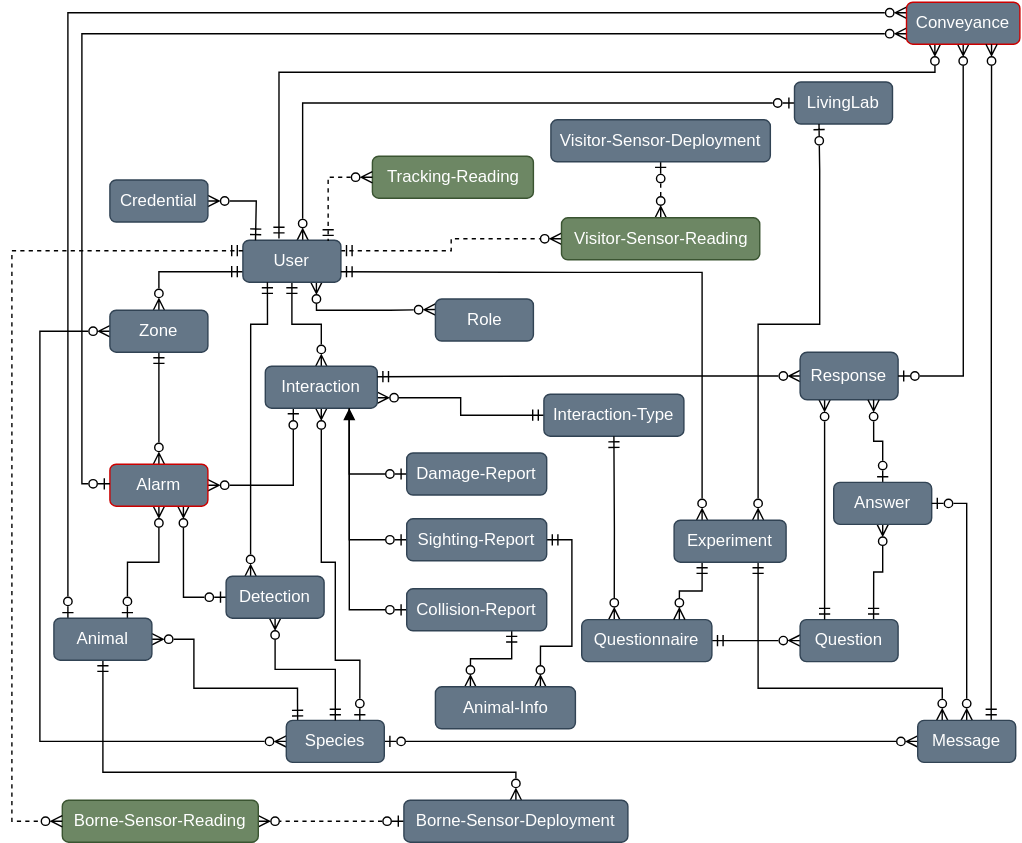
UtrechtUniversity/wildlifenl keeps this draw.io diagram as docs/entity-relation-diagram.svg. Above is the earlier version. Source tidied: cells renumbered, new cells last; positions are measured from the earlier drawing's top-left corner, leaving out a move shared by most shapes.
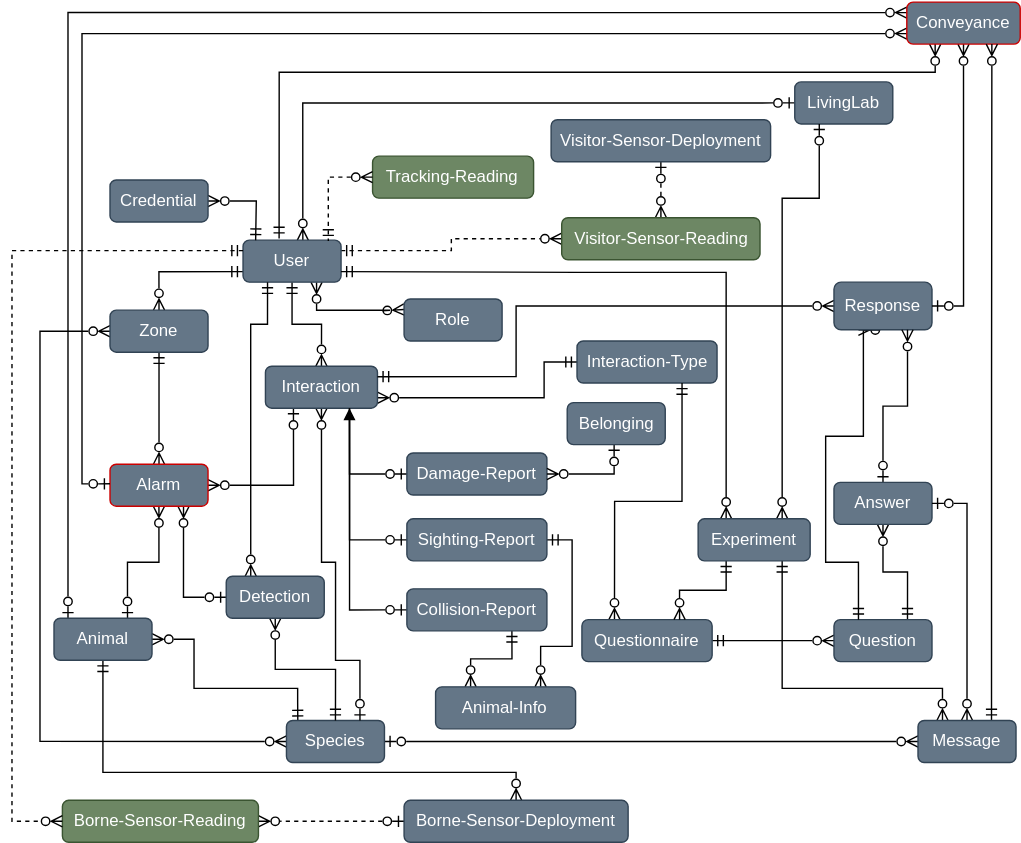
The same file after the commit.

What changed in the source:
```diff
@@ -26,7 +26,7 @@
       <mxGeometry x="165" y="170" width="70" height="30" as="geometry" />
     </mxCell>
     <mxCell id="8" value="Role" style="rounded=1;whiteSpace=wrap;html=1;fillColor=#647687;fontColor=#ffffff;strokeColor=#314354;" parent="1" vertex="1">
-      <mxGeometry x="302.5" y="212" width="70" height="30" as="geometry" />
+      <mxGeometry x="280" y="212" width="70" height="30" as="geometry" />
     </mxCell>
     <mxCell id="9" style="edgeStyle=orthogonalEdgeStyle;rounded=0;jettySize=auto;html=1;entryX=0.5;entryY=0;entryDx=0;entryDy=0;endArrow=ERzeroToMany;endFill=0;startArrow=ERmandOne;startFill=0;" parent="1" edge="1" source="11" target="16">
       <mxGeometry relative="1" as="geometry" />
@@ -109,7 +109,12 @@
       </mxGeometry>
     </mxCell>
     <mxCell id="26" style="edgeStyle=orthogonalEdgeStyle;rounded=0;jettySize=auto;html=1;entryX=0;entryY=0.5;entryDx=0;entryDy=0;endArrow=ERmandOne;endFill=0;startArrow=ERzeroToMany;startFill=0;exitX=1;exitY=0.75;exitDx=0;exitDy=0;" parent="1" edge="1" source="28" target="29">
-      <mxGeometry relative="1" as="geometry" />
+      <mxGeometry relative="1" as="geometry">
+        <Array as="points">
+          <mxPoint x="380" y="283" />
+          <mxPoint x="380" y="257" />
+        </Array>
+      </mxGeometry>
     </mxCell>
     <mxCell id="27" style="edgeStyle=orthogonalEdgeStyle;rounded=0;jettySize=auto;html=1;exitX=0.75;exitY=1;exitDx=0;exitDy=0;entryX=0;entryY=0.5;entryDx=0;entryDy=0;endArrow=ERzeroToOne;endFill=0;startArrow=block;startFill=1;" parent="1" edge="1" source="28" target="70">
       <mxGeometry relative="1" as="geometry" />
@@ -118,9 +123,9 @@
       <mxGeometry x="181" y="260" width="80" height="30" as="geometry" />
     </mxCell>
     <mxCell id="29" value="Interaction-Type" style="rounded=1;whiteSpace=wrap;html=1;fillColor=#647687;fontColor=#ffffff;strokeColor=#314354;" parent="1" vertex="1">
-      <mxGeometry x="380" y="280" width="100" height="30" as="geometry" />
+      <mxGeometry x="403.5" y="242" width="100" height="30" as="geometry" />
     </mxCell>
-    <mxCell id="30" style="edgeStyle=orthogonalEdgeStyle;rounded=0;jettySize=auto;html=1;entryX=0.5;entryY=1;entryDx=0;entryDy=0;endArrow=ERmandOne;endFill=0;startArrow=ERzeroToMany;startFill=0;exitX=0.25;exitY=0;exitDx=0;exitDy=0;" parent="1" edge="1" source="32" target="29">
+    <mxCell id="30" style="edgeStyle=orthogonalEdgeStyle;rounded=0;jettySize=auto;html=1;entryX=0.75;entryY=1;entryDx=0;entryDy=0;endArrow=ERmandOne;endFill=0;startArrow=ERzeroToMany;startFill=0;exitX=0.25;exitY=0;exitDx=0;exitDy=0;" parent="1" edge="1" source="32" target="29">
       <mxGeometry relative="1" as="geometry" />
     </mxCell>
     <mxCell id="31" style="edgeStyle=orthogonalEdgeStyle;rounded=0;jettySize=auto;html=1;entryX=0;entryY=0.5;entryDx=0;entryDy=0;endArrow=ERzeroToMany;endFill=0;startArrow=ERmandOne;startFill=0;" parent="1" edge="1" source="32" target="36">
@@ -139,16 +144,28 @@
       <mxGeometry relative="1" as="geometry" />
     </mxCell>
     <mxCell id="36" value="Question" style="rounded=1;whiteSpace=wrap;html=1;fillColor=#647687;fontColor=#ffffff;strokeColor=#314354;" parent="1" vertex="1">
-      <mxGeometry x="563" y="441" width="70" height="30" as="geometry" />
+      <mxGeometry x="587" y="441" width="70" height="30" as="geometry" />
     </mxCell>
     <mxCell id="37" style="edgeStyle=orthogonalEdgeStyle;rounded=0;jettySize=auto;html=1;entryX=1;entryY=0.25;entryDx=0;entryDy=0;endArrow=ERmandOne;endFill=0;startArrow=ERzeroToMany;startFill=0;" parent="1" edge="1" source="39" target="28">
-      <mxGeometry relative="1" as="geometry" />
+      <mxGeometry relative="1" as="geometry">
+        <Array as="points">
+          <mxPoint x="360" y="217" />
+          <mxPoint x="360" y="268" />
+        </Array>
+      </mxGeometry>
     </mxCell>
     <mxCell id="38" style="edgeStyle=orthogonalEdgeStyle;rounded=0;jettySize=auto;html=1;entryX=0.25;entryY=0;entryDx=0;entryDy=0;exitX=0.25;exitY=1;exitDx=0;exitDy=0;endArrow=ERmandOne;endFill=0;startArrow=ERzeroToMany;startFill=0;" parent="1" edge="1" source="39" target="36">
-      <mxGeometry relative="1" as="geometry" />
+      <mxGeometry relative="1" as="geometry">
+        <Array as="points">
+          <mxPoint x="608" y="310" />
+          <mxPoint x="581" y="310" />
+          <mxPoint x="581" y="400" />
+          <mxPoint x="605" y="400" />
+        </Array>
+      </mxGeometry>
     </mxCell>
     <mxCell id="39" value="Response" style="rounded=1;whiteSpace=wrap;html=1;fillColor=#647687;fontColor=#ffffff;strokeColor=#314354;" parent="1" vertex="1">
-      <mxGeometry x="563" y="250" width="70" height="34" as="geometry" />
+      <mxGeometry x="587" y="200" width="70" height="34" as="geometry" />
     </mxCell>
     <mxCell id="40" style="edgeStyle=orthogonalEdgeStyle;rounded=0;jettySize=auto;html=1;entryX=0.75;entryY=1;entryDx=0;entryDy=0;endArrow=ERzeroToMany;endFill=0;startArrow=ERzeroToOne;startFill=0;exitX=0.5;exitY=0;exitDx=0;exitDy=0;" parent="1" edge="1" source="41" target="39">
       <mxGeometry relative="1" as="geometry" />
@@ -229,9 +246,8 @@
     <mxCell id="58" style="edgeStyle=orthogonalEdgeStyle;rounded=0;jettySize=auto;html=1;endArrow=ERzeroToOne;endFill=0;startArrow=ERzeroToMany;startFill=0;exitX=0.75;exitY=0;exitDx=0;exitDy=0;entryX=0.25;entryY=1;entryDx=0;entryDy=0;" parent="1" edge="1" source="60" target="12">
       <mxGeometry relative="1" as="geometry">
         <Array as="points">
-          <mxPoint x="533" y="230" />
-          <mxPoint x="577" y="230" />
-          <mxPoint x="577" y="120" />
+          <mxPoint x="550" y="140" />
+          <mxPoint x="577" y="140" />
         </Array>
       </mxGeometry>
     </mxCell>
@@ -244,7 +260,7 @@
       </mxGeometry>
     </mxCell>
     <mxCell id="60" value="Experiment" style="rounded=1;whiteSpace=wrap;html=1;fillColor=#647687;fontColor=#ffffff;strokeColor=#314354;" parent="1" vertex="1">
-      <mxGeometry x="473" y="370" width="80" height="30" as="geometry" />
+      <mxGeometry x="490" y="369" width="80" height="30" as="geometry" />
     </mxCell>
     <mxCell id="61" style="edgeStyle=orthogonalEdgeStyle;rounded=0;jettySize=auto;html=1;endArrow=ERmandOne;endFill=0;startArrow=ERzeroToMany;startFill=0;" parent="1" edge="1" source="62">
       <mxGeometry relative="1" as="geometry">
@@ -298,5 +314,15 @@
     <mxCell id="71" value="Animal-Info" style="rounded=1;whiteSpace=wrap;html=1;fillColor=#647687;fontColor=#ffffff;strokeColor=#314354;" parent="1" vertex="1">
       <mxGeometry x="302.5" y="489" width="100" height="30" as="geometry" />
     </mxCell>
+    <mxCell id="72" style="edgeStyle=orthogonalEdgeStyle;rounded=0;jettySize=auto;html=1;entryX=1;entryY=0.5;entryDx=0;entryDy=0;endArrow=ERzeroToMany;endFill=0;startArrow=ERzeroToOne;startFill=0;" parent="1" edge="1" source="73" target="70">
+      <mxGeometry relative="1" as="geometry">
+        <Array as="points">
+          <mxPoint x="430" y="337" />
+        </Array>
+      </mxGeometry>
+    </mxCell>
+    <mxCell id="73" value="Belonging" style="rounded=1;whiteSpace=wrap;html=1;fillColor=#647687;fontColor=#ffffff;strokeColor=#314354;" parent="1" vertex="1">
+      <mxGeometry x="396.5" y="286" width="70" height="30" as="geometry" />
+    </mxCell>
   </root>
 </mxGraphModel>
```
